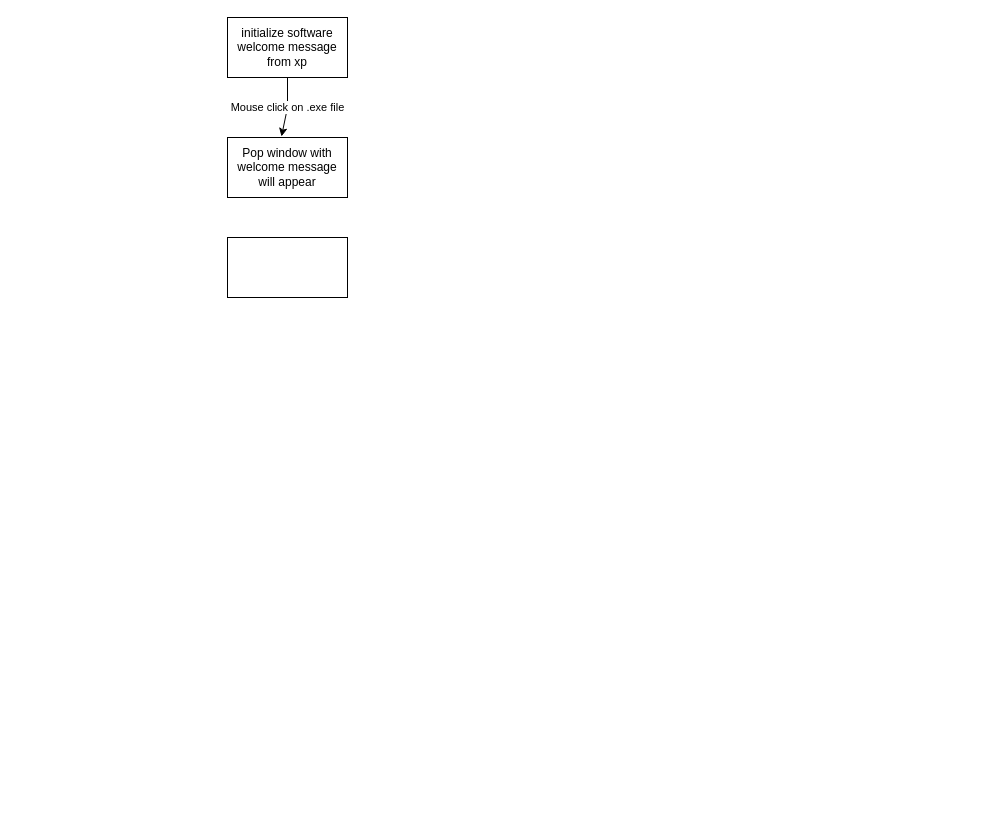
Before: Untitled Diagram.drawio in INDIGOMOOD225/Diagrams, a draw.io diagram. Source tidied: cells renumbered, new cells numbered last; positions are measured from the earlier drawing's top-left corner, leaving out a move shared by most shapes. Both pictures are drawn from the tidied source at 100%, with x=0, y=0 at pixel (227, 17).
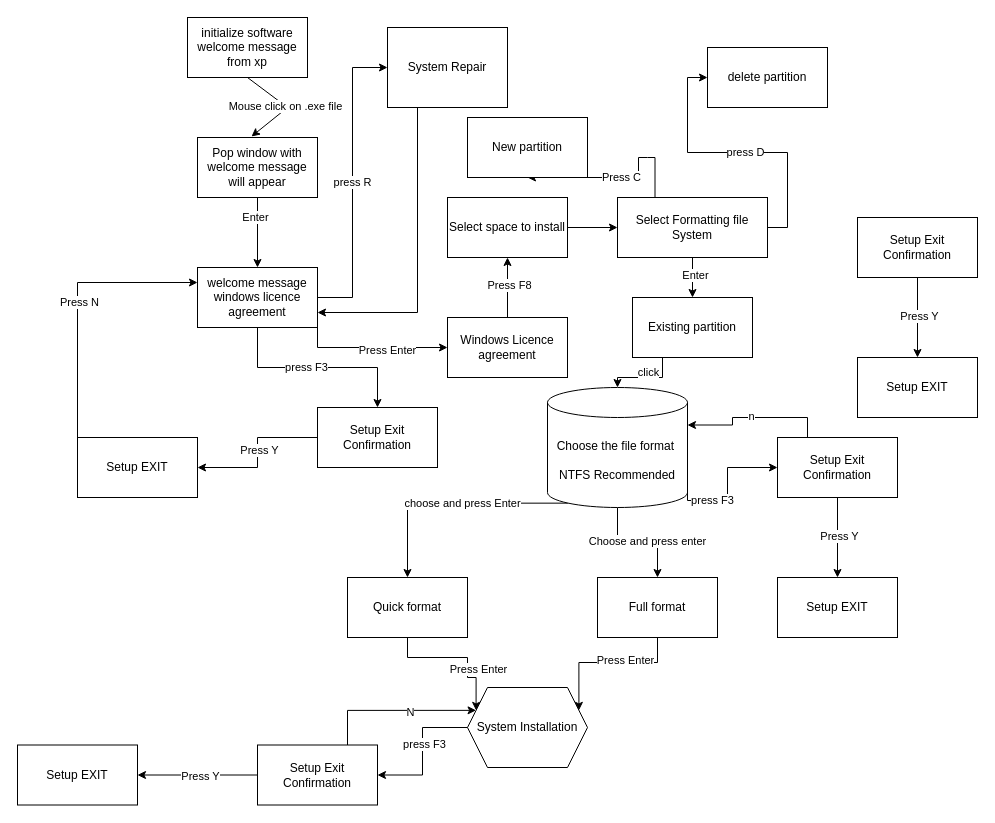
The same page after the edit.

Commit message:
update Burcl diagram

The edit, as a diff of the source:
```diff
@@
     <mxCell id="2" value="initialize software&lt;br&gt;welcome message from xp" style="rounded=0;whiteSpace=wrap;html=1;" parent="1" vertex="1">
-      <mxGeometry width="120" height="60" as="geometry" />
+      <mxGeometry x="-40" width="120" height="60" as="geometry" />
     </mxCell>
+    <mxCell id="6" style="edgeStyle=orthogonalEdgeStyle;rounded=0;jettySize=auto;html=1;" parent="1" edge="1" source="3" target="15">
+      <mxGeometry relative="1" as="geometry" />
+    </mxCell>
+    <mxCell id="7" value="press F3" style="edgeLabel;html=1;align=center;verticalAlign=middle;" parent="6" vertex="1">
+      <mxGeometry x="-0.12" y="1" relative="1" as="geometry" />
+    </mxCell>
+    <mxCell id="8" style="edgeStyle=orthogonalEdgeStyle;rounded=0;jettySize=auto;html=1;exitX=1;exitY=1;exitDx=0;exitDy=0;" parent="1" edge="1" source="3" target="18">
+      <mxGeometry relative="1" as="geometry" />
+    </mxCell>
+    <mxCell id="9" value="Press Enter" style="edgeLabel;html=1;align=center;verticalAlign=middle;" parent="8" vertex="1">
+      <mxGeometry x="0.18" y="-2" relative="1" as="geometry" />
+    </mxCell>
+    <mxCell id="10" value="press R" style="edgeStyle=orthogonalEdgeStyle;rounded=0;jettySize=auto;html=1;exitX=1;exitY=0.5;exitDx=0;exitDy=0;entryX=0;entryY=0.5;entryDx=0;entryDy=0;" parent="1" edge="1" source="3" target="20">
+      <mxGeometry relative="1" as="geometry" />
+    </mxCell>
-    <mxCell id="3" style="rounded=0;whiteSpace=wrap;html=1;" parent="1" vertex="1">
-      <mxGeometry y="220" width="120" height="60" as="geometry" />
+    <mxCell id="3" value="welcome message windows licence agreement" style="rounded=0;whiteSpace=wrap;html=1;" parent="1" vertex="1">
+      <mxGeometry x="-30" y="250" width="120" height="60" as="geometry" />
     </mxCell>
+    <mxCell id="11" style="edgeStyle=orthogonalEdgeStyle;rounded=0;jettySize=auto;html=1;" parent="1" edge="1" source="4" target="3">
+      <mxGeometry relative="1" as="geometry" />
+    </mxCell>
+    <mxCell id="12" value="Enter" style="edgeLabel;html=1;align=center;verticalAlign=middle;" parent="11" vertex="1">
+      <mxGeometry x="-0.45" y="-3" relative="1" as="geometry" />
+    </mxCell>
     <mxCell id="4" value="Pop window with welcome message will appear" style="rounded=0;whiteSpace=wrap;html=1;" parent="1" vertex="1">
-      <mxGeometry y="120" width="120" height="60" as="geometry" />
+      <mxGeometry x="-30" y="120" width="120" height="60" as="geometry" />
     </mxCell>
@@
+    <mxCell id="13" style="edgeStyle=orthogonalEdgeStyle;rounded=0;jettySize=auto;html=1;" parent="1" edge="1" source="15" target="23">
+      <mxGeometry relative="1" as="geometry" />
+    </mxCell>
+    <mxCell id="14" value="Press Y" style="edgeLabel;html=1;align=center;verticalAlign=middle;" parent="13" vertex="1">
+      <mxGeometry x="-0.04" y="1" relative="1" as="geometry" />
+    </mxCell>
+    <mxCell id="15" value="Setup Exit Confirmation" style="whiteSpace=wrap;html=1;rounded=0;" parent="1" vertex="1">
+      <mxGeometry x="90" y="390" width="120" height="60" as="geometry" />
+    </mxCell>
+    <mxCell id="16" style="edgeStyle=orthogonalEdgeStyle;rounded=0;jettySize=auto;html=1;exitX=0.5;exitY=0;exitDx=0;exitDy=0;entryX=0.5;entryY=1;entryDx=0;entryDy=0;" parent="1" edge="1" source="18" target="25">
+      <mxGeometry relative="1" as="geometry" />
+    </mxCell>
+    <mxCell id="17" value="Press F8" style="edgeLabel;html=1;align=center;verticalAlign=middle;" parent="16" vertex="1">
+      <mxGeometry x="0.11" y="-1" relative="1" as="geometry" />
+    </mxCell>
+    <mxCell id="18" value="Windows Licence agreement" style="whiteSpace=wrap;html=1;rounded=0;" parent="1" vertex="1">
+      <mxGeometry x="220" y="300" width="120" height="60" as="geometry" />
+    </mxCell>
+    <mxCell id="19" style="edgeStyle=orthogonalEdgeStyle;rounded=0;jettySize=auto;html=1;exitX=0.25;exitY=1;exitDx=0;exitDy=0;entryX=1;entryY=0.75;entryDx=0;entryDy=0;" parent="1" edge="1" source="20" target="3">
+      <mxGeometry relative="1" as="geometry" />
+    </mxCell>
+    <mxCell id="20" value="System Repair" style="whiteSpace=wrap;html=1;rounded=0;" parent="1" vertex="1">
+      <mxGeometry x="160" y="10" width="120" height="80" as="geometry" />
+    </mxCell>
+    <mxCell id="21" style="edgeStyle=orthogonalEdgeStyle;rounded=0;jettySize=auto;html=1;exitX=0;exitY=0;exitDx=0;exitDy=0;entryX=0;entryY=0.25;entryDx=0;entryDy=0;" parent="1" edge="1" source="23" target="3">
+      <mxGeometry relative="1" as="geometry" />
+    </mxCell>
+    <mxCell id="22" value="Press N" style="edgeLabel;html=1;align=center;verticalAlign=middle;" parent="21" vertex="1">
+      <mxGeometry x="-0.01" y="-1" relative="1" as="geometry" />
+    </mxCell>
+    <mxCell id="23" value="Setup EXIT" style="whiteSpace=wrap;html=1;rounded=0;" parent="1" vertex="1">
+      <mxGeometry x="-150" y="420" width="120" height="60" as="geometry" />
+    </mxCell>
+    <mxCell id="24" style="edgeStyle=orthogonalEdgeStyle;rounded=0;jettySize=auto;html=1;exitX=1;exitY=0.5;exitDx=0;exitDy=0;" parent="1" edge="1" source="25" target="31">
+      <mxGeometry relative="1" as="geometry" />
+    </mxCell>
+    <mxCell id="25" value="Select space to install" style="whiteSpace=wrap;html=1;rounded=0;" parent="1" vertex="1">
+      <mxGeometry x="220" y="180" width="120" height="60" as="geometry" />
+    </mxCell>
+    <mxCell id="26" style="edgeStyle=orthogonalEdgeStyle;rounded=0;jettySize=auto;html=1;" parent="1" edge="1" source="31" target="34">
+      <mxGeometry relative="1" as="geometry" />
+    </mxCell>
+    <mxCell id="27" value="Enter" style="edgeLabel;html=1;align=center;verticalAlign=middle;" parent="26" vertex="1">
+      <mxGeometry x="-0.13" y="2" relative="1" as="geometry" />
+    </mxCell>
+    <mxCell id="28" value="Press C" style="edgeStyle=orthogonalEdgeStyle;rounded=0;jettySize=auto;html=1;exitX=0.25;exitY=0;exitDx=0;exitDy=0;entryX=0.5;entryY=1;entryDx=0;entryDy=0;" parent="1" edge="1" source="31" target="35">
+      <mxGeometry relative="1" as="geometry">
+        <Array as="points">
+          <mxPoint x="420" y="140" />
+          <mxPoint x="411" y="140" />
+          <mxPoint x="411" y="110" />
+        </Array>
+      </mxGeometry>
+    </mxCell>
+    <mxCell id="29" style="edgeStyle=orthogonalEdgeStyle;rounded=0;jettySize=auto;html=1;exitX=1;exitY=0.5;exitDx=0;exitDy=0;entryX=0;entryY=0.5;entryDx=0;entryDy=0;" parent="1" edge="1" source="31" target="47">
+      <mxGeometry relative="1" as="geometry" />
+    </mxCell>
+    <mxCell id="30" value="press D" style="edgeLabel;html=1;align=center;verticalAlign=middle;" parent="29" vertex="1">
+      <mxGeometry x="-0.05" y="-1" relative="1" as="geometry" />
+    </mxCell>
+    <mxCell id="31" value="Select Formatting file System" style="rounded=0;whiteSpace=wrap;html=1;" parent="1" vertex="1">
+      <mxGeometry x="390" y="180" width="150" height="60" as="geometry" />
+    </mxCell>
+    <mxCell id="32" style="edgeStyle=orthogonalEdgeStyle;rounded=0;jettySize=auto;html=1;exitX=0.25;exitY=1;exitDx=0;exitDy=0;" parent="1" edge="1" source="34" target="48">
+      <mxGeometry relative="1" as="geometry" />
+    </mxCell>
+    <mxCell id="33" value="click&lt;div&gt;&lt;br/&gt;&lt;/div&gt;" style="edgeLabel;html=1;align=center;verticalAlign=middle;" parent="32" vertex="1">
+      <mxGeometry x="-0.06" y="1" relative="1" as="geometry" />
+    </mxCell>
+    <mxCell id="34" value="Existing partition" style="whiteSpace=wrap;html=1;rounded=0;" parent="1" vertex="1">
+      <mxGeometry x="405" y="280" width="120" height="60" as="geometry" />
+    </mxCell>
+    <mxCell id="35" value="New partition" style="whiteSpace=wrap;html=1;rounded=0;" parent="1" vertex="1">
+      <mxGeometry x="240" y="100" width="120" height="60" as="geometry" />
+    </mxCell>
+    <mxCell id="36" style="edgeStyle=orthogonalEdgeStyle;rounded=0;jettySize=auto;html=1;exitX=0.145;exitY=1;exitDx=0;exitDy=-4.35;entryX=0.5;entryY=0;entryDx=0;entryDy=0;exitPerimeter=0;" parent="1" edge="1" source="48" target="43">
+      <mxGeometry relative="1" as="geometry" />
+    </mxCell>
+    <mxCell id="37" value="choose and press Enter" style="edgeLabel;html=1;align=center;verticalAlign=middle;" parent="36" vertex="1">
+      <mxGeometry x="-0.1" relative="1" as="geometry" />
+    </mxCell>
+    <mxCell id="38" style="edgeStyle=orthogonalEdgeStyle;rounded=0;jettySize=auto;html=1;" parent="1" edge="1" source="48" target="46">
+      <mxGeometry relative="1" as="geometry" />
+    </mxCell>
+    <mxCell id="39" value="Choose and press enter" style="edgeLabel;html=1;align=center;verticalAlign=middle;" parent="38" vertex="1">
+      <mxGeometry x="0.16" y="2" relative="1" as="geometry" />
+    </mxCell>
+    <mxCell id="40" style="edgeStyle=orthogonalEdgeStyle;rounded=0;orthogonalLoop=1;jettySize=auto;html=1;exitX=0.5;exitY=1;exitDx=0;exitDy=0;" parent="1" edge="1">
+      <mxGeometry relative="1" as="geometry">
+        <mxPoint x="310" y="470" as="sourcePoint" />
+        <mxPoint x="310" y="470" as="targetPoint" />
+      </mxGeometry>
+    </mxCell>
+    <mxCell id="41" style="edgeStyle=orthogonalEdgeStyle;rounded=0;jettySize=auto;html=1;exitX=0.5;exitY=1;exitDx=0;exitDy=0;entryX=0;entryY=0.25;entryDx=0;entryDy=0;" parent="1" edge="1" source="43" target="49">
+      <mxGeometry relative="1" as="geometry">
+        <Array as="points">
+          <mxPoint x="180" y="640" />
+          <mxPoint x="240" y="640" />
+          <mxPoint x="240" y="660" />
+          <mxPoint x="249" y="660" />
+        </Array>
+      </mxGeometry>
+    </mxCell>
+    <mxCell id="42" value="Press Enter" style="edgeLabel;html=1;align=center;verticalAlign=middle;" parent="41" vertex="1">
+      <mxGeometry x="0.54" y="10" relative="1" as="geometry">
+        <mxPoint x="-8" y="-9" as="offset" />
+      </mxGeometry>
+    </mxCell>
+    <mxCell id="43" value="Quick format" style="whiteSpace=wrap;html=1;rounded=0;" parent="1" vertex="1">
+      <mxGeometry x="120" y="560" width="120" height="60" as="geometry" />
+    </mxCell>
+    <mxCell id="44" style="edgeStyle=orthogonalEdgeStyle;rounded=0;jettySize=auto;html=1;exitX=0.5;exitY=1;exitDx=0;exitDy=0;entryX=1;entryY=0.25;entryDx=0;entryDy=0;" parent="1" edge="1" source="46" target="49">
+      <mxGeometry relative="1" as="geometry" />
+    </mxCell>
+    <mxCell id="45" value="Press Enter" style="edgeLabel;html=1;align=center;verticalAlign=middle;" parent="44" vertex="1">
+      <mxGeometry x="-0.22" y="-3" relative="1" as="geometry">
+        <mxPoint x="1" as="offset" />
+      </mxGeometry>
+    </mxCell>
+    <mxCell id="46" value="Full format" style="whiteSpace=wrap;html=1;rounded=0;" parent="1" vertex="1">
+      <mxGeometry x="370" y="560" width="120" height="60" as="geometry" />
+    </mxCell>
+    <mxCell id="47" value="delete partition" style="whiteSpace=wrap;html=1;rounded=0;" parent="1" vertex="1">
+      <mxGeometry x="480" y="30" width="120" height="60" as="geometry" />
+    </mxCell>
+    <mxCell id="48" value="Choose the file format&amp;nbsp;&lt;br&gt;&lt;br&gt;NTFS Recommended" style="shape=cylinder3;whiteSpace=wrap;html=1;boundedLbl=1;backgroundOutline=1;size=15;" parent="1" vertex="1">
+      <mxGeometry x="320" y="370" width="140" height="120" as="geometry" />
+    </mxCell>
+    <mxCell id="49" value="System Installation" style="shape=hexagon;perimeter=hexagonPerimeter2;whiteSpace=wrap;html=1;fixedSize=1;" parent="1" vertex="1">
+      <mxGeometry x="240" y="670" width="120" height="80" as="geometry" />
+    </mxCell>
+    <mxCell id="50" style="edgeStyle=orthogonalEdgeStyle;rounded=0;jettySize=auto;html=1;exitX=0;exitY=0.5;exitDx=0;exitDy=0;" parent="1" edge="1" source="49" target="56">
+      <mxGeometry relative="1" as="geometry" />
+    </mxCell>
+    <mxCell id="51" value="press F3" style="edgeLabel;html=1;align=center;verticalAlign=middle;" parent="50" vertex="1">
+      <mxGeometry x="-0.12" y="1" relative="1" as="geometry" />
+    </mxCell>
+    <mxCell id="52" style="edgeStyle=orthogonalEdgeStyle;rounded=0;jettySize=auto;html=1;" parent="1" edge="1" source="56" target="57">
+      <mxGeometry relative="1" as="geometry" />
+    </mxCell>
+    <mxCell id="53" value="Press Y" style="edgeLabel;html=1;align=center;verticalAlign=middle;" parent="52" vertex="1">
+      <mxGeometry x="-0.04" y="1" relative="1" as="geometry" />
+    </mxCell>
+    <mxCell id="54" style="edgeStyle=orthogonalEdgeStyle;rounded=0;jettySize=auto;html=1;exitX=0.75;exitY=0;exitDx=0;exitDy=0;entryX=0;entryY=0.25;entryDx=0;entryDy=0;" parent="1" edge="1" source="56" target="49">
+      <mxGeometry relative="1" as="geometry" />
+    </mxCell>
+    <mxCell id="55" value="N" style="edgeLabel;html=1;align=center;verticalAlign=middle;" parent="54" vertex="1">
+      <mxGeometry x="0.2" y="-2" relative="1" as="geometry">
+        <mxPoint x="-1" as="offset" />
+      </mxGeometry>
+    </mxCell>
+    <mxCell id="56" value="Setup Exit Confirmation" style="whiteSpace=wrap;html=1;rounded=0;" parent="1" vertex="1">
+      <mxGeometry x="30" y="727.5" width="120" height="60" as="geometry" />
+    </mxCell>
+    <mxCell id="57" value="Setup EXIT" style="whiteSpace=wrap;html=1;rounded=0;" parent="1" vertex="1">
+      <mxGeometry x="-210" y="727.5" width="120" height="60" as="geometry" />
+    </mxCell>
+    <mxCell id="58" style="edgeStyle=orthogonalEdgeStyle;rounded=0;jettySize=auto;html=1;entryX=0;entryY=0.5;entryDx=0;entryDy=0;exitX=1;exitY=0.5;exitDx=0;exitDy=0;exitPerimeter=0;" parent="1" edge="1" source="48" target="62">
+      <mxGeometry relative="1" as="geometry">
+        <Array as="points">
+          <mxPoint x="460" y="483" />
+          <mxPoint x="500" y="483" />
+          <mxPoint x="500" y="450" />
+        </Array>
+      </mxGeometry>
+    </mxCell>
+    <mxCell id="59" value="press F3" style="edgeLabel;html=1;align=center;verticalAlign=middle;" parent="58" vertex="1">
+      <mxGeometry x="-0.12" y="1" relative="1" as="geometry" />
+    </mxCell>
+    <mxCell id="60" style="edgeStyle=orthogonalEdgeStyle;rounded=0;jettySize=auto;html=1;" parent="1" edge="1" source="62" target="63">
+      <mxGeometry relative="1" as="geometry" />
+    </mxCell>
+    <mxCell id="61" value="Press Y" style="edgeLabel;html=1;align=center;verticalAlign=middle;" parent="60" vertex="1">
+      <mxGeometry x="-0.04" y="1" relative="1" as="geometry" />
+    </mxCell>
+    <mxCell id="62" value="Setup Exit Confirmation" style="whiteSpace=wrap;html=1;rounded=0;" parent="1" vertex="1">
+      <mxGeometry x="550" y="420" width="120" height="60" as="geometry" />
+    </mxCell>
+    <mxCell id="63" value="Setup EXIT" style="whiteSpace=wrap;html=1;rounded=0;" parent="1" vertex="1">
+      <mxGeometry x="550" y="560" width="120" height="60" as="geometry" />
+    </mxCell>
+    <mxCell id="64" style="edgeStyle=orthogonalEdgeStyle;rounded=0;jettySize=auto;html=1;exitX=0.25;exitY=0;exitDx=0;exitDy=0;entryX=1;entryY=0;entryDx=0;entryDy=37.5;entryPerimeter=0;" parent="1" edge="1" source="62" target="48">
+      <mxGeometry relative="1" as="geometry" />
+    </mxCell>
+    <mxCell id="65" value="n" style="edgeLabel;html=1;align=center;verticalAlign=middle;" parent="64" vertex="1">
+      <mxGeometry x="0.04" y="-2" relative="1" as="geometry" />
+    </mxCell>
+    <mxCell id="66" style="edgeStyle=orthogonalEdgeStyle;rounded=0;jettySize=auto;html=1;" parent="1" edge="1" source="68" target="69">
+      <mxGeometry relative="1" as="geometry" />
+    </mxCell>
+    <mxCell id="67" value="Press Y" style="edgeLabel;html=1;align=center;verticalAlign=middle;" parent="66" vertex="1">
+      <mxGeometry x="-0.04" y="1" relative="1" as="geometry" />
+    </mxCell>
+    <mxCell id="68" value="Setup Exit Confirmation" style="whiteSpace=wrap;html=1;rounded=0;" parent="1" vertex="1">
+      <mxGeometry x="630" y="200" width="120" height="60" as="geometry" />
+    </mxCell>
+    <mxCell id="69" value="Setup EXIT" style="whiteSpace=wrap;html=1;rounded=0;" parent="1" vertex="1">
+      <mxGeometry x="630" y="340" width="120" height="60" as="geometry" />
+    </mxCell>
```
